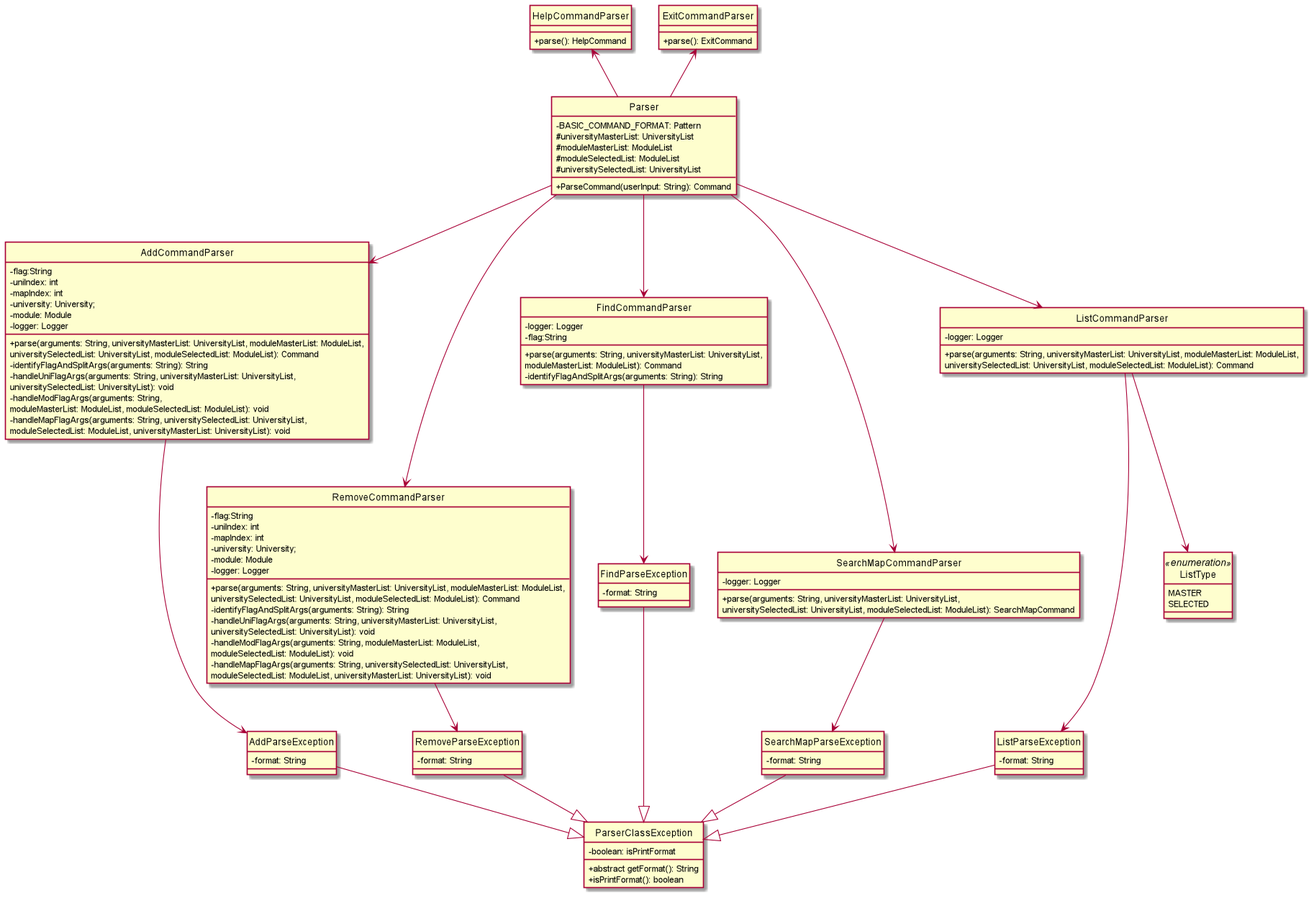
Above: docs/images/parser.png in nus-cs2113-AY2122S1/tp (PlantUML), before the change. Its diagram source:
```plantuml
@startuml

hide circle
skinparam classAttributeIconSize 0
skinparam groupInheritance 2
skinparam maxWidth 256

HelpCommandParser <-- Parser
ExitCommandParser <-- Parser
Parser --> AddCommandParser
Parser ---> RemoveCommandParser
Parser --> FindCommandParser
Parser ---> SearchMapCommandParser
Parser --> ListCommandParser

AddCommandParser --> AddParseException
RemoveCommandParser --> RemoveParseException
FindCommandParser --> FindParseException
SearchMapCommandParser --> SearchMapParseException
ListCommandParser --> ListParseException

AddParseException --|> ParserClassException
RemoveParseException --|> ParserClassException
FindParseException --|> ParserClassException
SearchMapParseException --|> ParserClassException
ListParseException --|> ParserClassException

ListCommandParser --> ListType

class Parser {
    - BASIC_COMMAND_FORMAT: Pattern
    # universityMasterList: UniversityList
    # moduleMasterList: ModuleList
    # moduleSelectedList: ModuleList
    # universitySelectedList: UniversityList

    + ParseCommand(userInput: String): Command
}



class ExitCommandParser {
    + parse(): ExitCommand
}

class FindCommandParser {
    - logger: Logger
    - flag:String

    + parse(arguments: String, universityMasterList: UniversityList,
      moduleMasterList: ModuleList): Command
    - identifyFlagAndSplitArgs(arguments: String): String
}

class HelpCommandParser {
    + parse(): HelpCommand
}

class ListCommandParser {
    - logger: Logger

    + parse(arguments: String, universityMasterList: UniversityList, moduleMasterList: ModuleList,
      universitySelectedList: UniversityList, moduleSelectedList: ModuleList): Command
}

class RemoveCommandParser {
    - flag:String
    - uniIndex: int
    - mapIndex: int
    - university: University;
    - module: Module
    - logger: Logger

    + parse(arguments: String, universityMasterList: UniversityList, moduleMasterList: ModuleList,
    universitySelectedList: UniversityList, moduleSelectedList: ModuleList): Command
    - identifyFlagAndSplitArgs(arguments: String): String
    - handleUniFlagArgs(arguments: String, universityMasterList: UniversityList,
      universitySelectedList: UniversityList): void
    - handleModFlagArgs(arguments: String, moduleMasterList: ModuleList,
      moduleSelectedList: ModuleList): void
    - handleMapFlagArgs(arguments: String, universitySelectedList: UniversityList,
      moduleSelectedList: ModuleList, universityMasterList: UniversityList): void
}

class AddCommandParser {
    - flag:String
    - uniIndex: int
    - mapIndex: int
    - university: University;
    - module: Module
    - logger: Logger

    + parse(arguments: String, universityMasterList: UniversityList, moduleMasterList: ModuleList,
    universitySelectedList: UniversityList, moduleSelectedList: ModuleList): Command
    - identifyFlagAndSplitArgs(arguments: String): String
    - handleUniFlagArgs(arguments: String, universityMasterList: UniversityList,
    universitySelectedList: UniversityList): void
    - handleModFlagArgs(arguments: String,
      moduleMasterList: ModuleList, moduleSelectedList: ModuleList): void
    - handleMapFlagArgs(arguments: String, universitySelectedList: UniversityList,
      moduleSelectedList: ModuleList, universityMasterList: UniversityList): void
}

class SearchMapCommandParser {
    - logger: Logger

    + parse(arguments: String, universityMasterList: UniversityList,
    universitySelectedList: UniversityList, moduleSelectedList: ModuleList): SearchMapCommand
}

enum ListType <<enumeration>> {
MASTER
SELECTED
}

class ParserClassException {
- boolean: isPrintFormat

+ abstract getFormat(): String
+ isPrintFormat(): boolean
}

class AddParseException {
- format: String
}

class FindParseException {
- format: String
}

class ListParseException {
- format: String
}

class RemoveParseException {
- format: String
}

class SearchMapParseException {
- format: String
}

@enduml
```
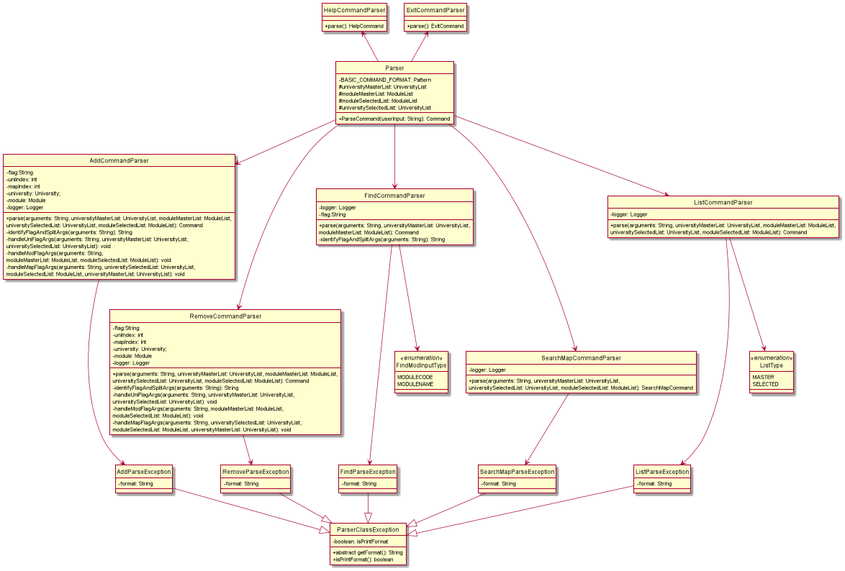
After the change.

Commit message:
Update parser uml

Diff of the diagram source:
```diff
@@ -26,6 +26,7 @@
 ListParseException --|> ParserClassException
 
 ListCommandParser --> ListType
+FindCommandParser --> FindModInputType
 
 class Parser {
     - BASIC_COMMAND_FORMAT: Pattern
@@ -113,6 +114,11 @@
 SELECTED
 }
 
+enum FindModInputType <<enumeration>> {
+MODULECODE
+MODULENAME
+}
+
 class ParserClassException {
 - boolean: isPrintFormat
 
```
